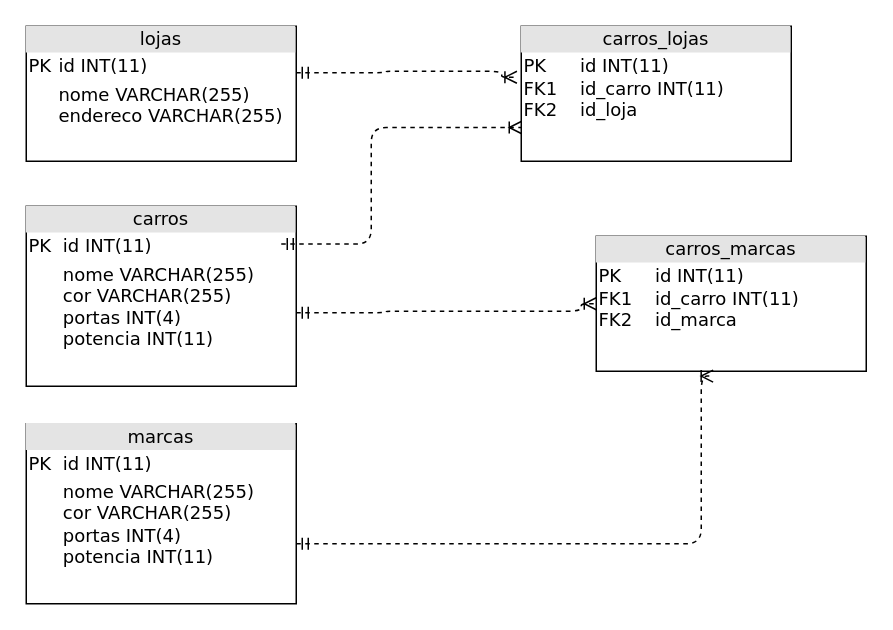
This is MODULO3/Concessionaria.drawio from MetzkerDeveloper/academia_indiana, a draw.io file, before an edit. Source tidied: cells renumbered, new cells numbered last; positions are measured from the earlier drawing's top-left corner, leaving out a move shared by most shapes. Both pictures are drawn from the tidied source at 150%, with x=0, y=0 at pixel (26, 26).
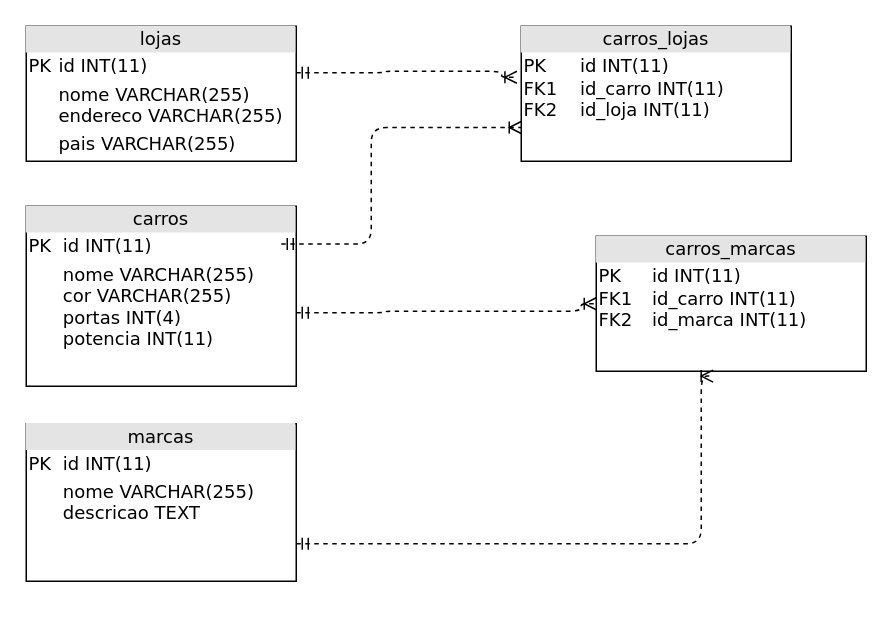
Above is the later version.

Change to the diagram source:
```diff
@@
 <mxGraphModel>
   <root>
     <mxCell id="0" />
     <mxCell id="1" parent="0" />
-    <mxCell id="2" value="&lt;div style=&quot;text-align: center; box-sizing: border-box; width: 100%; background: rgb(228, 228, 228); padding: 2px;&quot;&gt;lojas&lt;/div&gt;&lt;table style=&quot;width:100%;font-size:1em;&quot; cellpadding=&quot;2&quot; cellspacing=&quot;0&quot;&gt;&lt;tbody&gt;&lt;tr&gt;&lt;td&gt;PK&lt;/td&gt;&lt;td&gt;id INT(11)&lt;br&gt;&lt;/td&gt;&lt;/tr&gt;&lt;tr&gt;&lt;td&gt;&lt;br&gt;&lt;/td&gt;&lt;td&gt;nome VARCHAR(255)&lt;br&gt;endereco VARCHAR(255)&lt;/td&gt;&lt;/tr&gt;&lt;tr&gt;&lt;td&gt;&lt;/td&gt;&lt;td&gt;&lt;br&gt;&lt;/td&gt;&lt;/tr&gt;&lt;/tbody&gt;&lt;/table&gt;" style="verticalAlign=top;align=left;overflow=fill;html=1;rounded=0;shadow=0;comic=0;labelBackgroundColor=none;strokeWidth=1;fontFamily=Verdana;fontSize=12;" parent="1" vertex="1">
+    <mxCell id="2" value="&lt;div style=&quot;text-align: center; box-sizing: border-box; width: 100%; background: rgb(228, 228, 228); padding: 2px;&quot;&gt;lojas&lt;/div&gt;&lt;table style=&quot;width:100%;font-size:1em;&quot; cellpadding=&quot;2&quot; cellspacing=&quot;0&quot;&gt;&lt;tbody&gt;&lt;tr&gt;&lt;td&gt;PK&lt;/td&gt;&lt;td&gt;id INT(11)&lt;br&gt;&lt;/td&gt;&lt;/tr&gt;&lt;tr&gt;&lt;td&gt;&lt;br&gt;&lt;/td&gt;&lt;td&gt;nome VARCHAR(255)&lt;br&gt;endereco VARCHAR(255)&lt;/td&gt;&lt;/tr&gt;&lt;tr&gt;&lt;td&gt;&lt;/td&gt;&lt;td&gt;pais VARCHAR(255)&lt;/td&gt;&lt;/tr&gt;&lt;/tbody&gt;&lt;/table&gt;" style="verticalAlign=top;align=left;overflow=fill;html=1;rounded=0;shadow=0;comic=0;labelBackgroundColor=none;strokeWidth=1;fontFamily=Verdana;fontSize=12;" parent="1" vertex="1">
       <mxGeometry width="180" height="90" as="geometry" />
     </mxCell>
     <mxCell id="3" value="&lt;div style=&quot;text-align: center; box-sizing: border-box; width: 100%; background: rgb(228, 228, 228); padding: 2px;&quot;&gt;carros&lt;/div&gt;&lt;table style=&quot;width:100%;font-size:1em;&quot; cellpadding=&quot;2&quot; cellspacing=&quot;0&quot;&gt;&lt;tbody&gt;&lt;tr&gt;&lt;td&gt;PK&lt;/td&gt;&lt;td&gt;id INT(11)&lt;br&gt;&lt;/td&gt;&lt;/tr&gt;&lt;tr&gt;&lt;td&gt;&lt;br&gt;&lt;/td&gt;&lt;td&gt;nome VARCHAR(255)&lt;br&gt;cor VARCHAR(255)&lt;br&gt;portas INT(4)&lt;br&gt;potencia INT(11)&lt;br&gt;&lt;br&gt;&lt;br&gt;&lt;/td&gt;&lt;/tr&gt;&lt;tr&gt;&lt;td&gt;&lt;/td&gt;&lt;td&gt;&lt;br&gt;&lt;/td&gt;&lt;/tr&gt;&lt;/tbody&gt;&lt;/table&gt;" style="verticalAlign=top;align=left;overflow=fill;html=1;rounded=0;shadow=0;comic=0;labelBackgroundColor=none;strokeWidth=1;fontFamily=Verdana;fontSize=12;" parent="1" vertex="1">
       <mxGeometry y="120" width="180" height="120" as="geometry" />
     </mxCell>
-    <mxCell id="4" value="&lt;div style=&quot;text-align: center; box-sizing: border-box; width: 100%; background: rgb(228, 228, 228); padding: 2px;&quot;&gt;marcas&lt;/div&gt;&lt;table style=&quot;width:100%;font-size:1em;&quot; cellpadding=&quot;2&quot; cellspacing=&quot;0&quot;&gt;&lt;tbody&gt;&lt;tr&gt;&lt;td&gt;PK&lt;/td&gt;&lt;td&gt;id INT(11)&lt;br&gt;&lt;/td&gt;&lt;/tr&gt;&lt;tr&gt;&lt;td&gt;&lt;br&gt;&lt;/td&gt;&lt;td&gt;nome VARCHAR(255)&lt;br&gt;cor VARCHAR(255)&lt;br&gt;portas INT(4)&lt;br&gt;potencia INT(11)&lt;br&gt;&lt;br&gt;&lt;br&gt;&lt;/td&gt;&lt;/tr&gt;&lt;tr&gt;&lt;td&gt;&lt;/td&gt;&lt;td&gt;&lt;br&gt;&lt;/td&gt;&lt;/tr&gt;&lt;/tbody&gt;&lt;/table&gt;" style="verticalAlign=top;align=left;overflow=fill;html=1;rounded=0;shadow=0;comic=0;labelBackgroundColor=none;strokeWidth=1;fontFamily=Verdana;fontSize=12;" parent="1" vertex="1">
-      <mxGeometry y="265" width="180" height="120" as="geometry" />
+    <mxCell id="4" value="&lt;div style=&quot;text-align: center; box-sizing: border-box; width: 100%; background: rgb(228, 228, 228); padding: 2px;&quot;&gt;marcas&lt;/div&gt;&lt;table style=&quot;width:100%;font-size:1em;&quot; cellpadding=&quot;2&quot; cellspacing=&quot;0&quot;&gt;&lt;tbody&gt;&lt;tr&gt;&lt;td&gt;PK&lt;/td&gt;&lt;td&gt;id INT(11)&lt;br&gt;&lt;/td&gt;&lt;/tr&gt;&lt;tr&gt;&lt;td&gt;&lt;br&gt;&lt;/td&gt;&lt;td&gt;nome VARCHAR(255)&lt;br&gt;descricao TEXT&lt;br&gt;&lt;br&gt;&lt;br&gt;&lt;/td&gt;&lt;/tr&gt;&lt;tr&gt;&lt;td&gt;&lt;/td&gt;&lt;td&gt;&lt;br&gt;&lt;/td&gt;&lt;/tr&gt;&lt;/tbody&gt;&lt;/table&gt;" style="verticalAlign=top;align=left;overflow=fill;html=1;rounded=0;shadow=0;comic=0;labelBackgroundColor=none;strokeWidth=1;fontFamily=Verdana;fontSize=12;" parent="1" vertex="1">
+      <mxGeometry y="265" width="180" height="105" as="geometry" />
     </mxCell>
-    <mxCell id="5" value="&lt;div style=&quot;text-align: center; box-sizing: border-box; width: 100%; background: rgb(228, 228, 228); padding: 2px;&quot;&gt;carros_marcas&lt;/div&gt;&lt;table style=&quot;width: 100% ; font-size: 1em&quot; cellpadding=&quot;2&quot; cellspacing=&quot;0&quot;&gt;&lt;tbody&gt;&lt;tr&gt;&lt;td&gt;PK&lt;br&gt;FK1&lt;br&gt;FK2&lt;br&gt;&lt;/td&gt;&lt;td&gt;id INT(11)&lt;br&gt;id_carro INT(11)&lt;br&gt;id_marca&lt;/td&gt;&lt;/tr&gt;&lt;tr&gt;&lt;td&gt;&lt;br&gt;&lt;/td&gt;&lt;td&gt;&lt;br&gt;&lt;/td&gt;&lt;/tr&gt;&lt;tr&gt;&lt;td&gt;&lt;/td&gt;&lt;td&gt;&lt;br&gt;&lt;/td&gt;&lt;/tr&gt;&lt;tr&gt;&lt;td&gt;&lt;br&gt;&lt;/td&gt;&lt;td&gt;&lt;br&gt;&lt;/td&gt;&lt;/tr&gt;&lt;/tbody&gt;&lt;/table&gt;" style="verticalAlign=top;align=left;overflow=fill;html=1;rounded=0;shadow=0;comic=0;labelBackgroundColor=none;strokeWidth=1;fontFamily=Verdana;fontSize=12;" parent="1" vertex="1">
+    <mxCell id="5" value="&lt;div style=&quot;text-align: center; box-sizing: border-box; width: 100%; background: rgb(228, 228, 228); padding: 2px;&quot;&gt;carros_marcas&lt;/div&gt;&lt;table style=&quot;width: 100% ; font-size: 1em&quot; cellpadding=&quot;2&quot; cellspacing=&quot;0&quot;&gt;&lt;tbody&gt;&lt;tr&gt;&lt;td&gt;PK&lt;br&gt;FK1&lt;br&gt;FK2&lt;br&gt;&lt;/td&gt;&lt;td&gt;id INT(11)&lt;br&gt;id_carro INT(11)&lt;br&gt;id_marca INT(11)&lt;/td&gt;&lt;/tr&gt;&lt;tr&gt;&lt;td&gt;&lt;br&gt;&lt;/td&gt;&lt;td&gt;&lt;br&gt;&lt;/td&gt;&lt;/tr&gt;&lt;tr&gt;&lt;td&gt;&lt;/td&gt;&lt;td&gt;&lt;br&gt;&lt;/td&gt;&lt;/tr&gt;&lt;tr&gt;&lt;td&gt;&lt;br&gt;&lt;/td&gt;&lt;td&gt;&lt;br&gt;&lt;/td&gt;&lt;/tr&gt;&lt;/tbody&gt;&lt;/table&gt;" style="verticalAlign=top;align=left;overflow=fill;html=1;rounded=0;shadow=0;comic=0;labelBackgroundColor=none;strokeWidth=1;fontFamily=Verdana;fontSize=12;" parent="1" vertex="1">
       <mxGeometry x="380" y="140" width="180" height="90" as="geometry" />
     </mxCell>
     <mxCell id="6" style="edgeStyle=orthogonalEdgeStyle;html=1;dashed=1;labelBackgroundColor=none;startArrow=ERmandOne;endArrow=ERoneToMany;fontFamily=Verdana;fontSize=12;align=left;entryX=0.433;entryY=1.036;entryDx=0;entryDy=0;exitX=1;exitY=0.5;exitDx=0;exitDy=0;entryPerimeter=0;" parent="1" edge="1" target="5">
       <mxGeometry relative="1" as="geometry">
         <mxPoint x="180" y="345" as="sourcePoint" />
         <Array as="points">
           <mxPoint x="450" y="345" />
           <mxPoint x="450" y="233" />
         </Array>
       </mxGeometry>
     </mxCell>
-    <mxCell id="7" value="&lt;div style=&quot;text-align: center; box-sizing: border-box; width: 100%; background: rgb(228, 228, 228); padding: 2px;&quot;&gt;carros_lojas&lt;/div&gt;&lt;table style=&quot;width: 100% ; font-size: 1em&quot; cellpadding=&quot;2&quot; cellspacing=&quot;0&quot;&gt;&lt;tbody&gt;&lt;tr&gt;&lt;td&gt;PK&lt;br&gt;FK1&lt;br&gt;FK2&lt;br&gt;&lt;/td&gt;&lt;td&gt;id INT(11)&lt;br&gt;id_carro INT(11)&lt;br&gt;id_loja&lt;/td&gt;&lt;/tr&gt;&lt;tr&gt;&lt;td&gt;&lt;br&gt;&lt;/td&gt;&lt;td&gt;&lt;br&gt;&lt;/td&gt;&lt;/tr&gt;&lt;tr&gt;&lt;td&gt;&lt;/td&gt;&lt;td&gt;&lt;br&gt;&lt;/td&gt;&lt;/tr&gt;&lt;tr&gt;&lt;td&gt;&lt;br&gt;&lt;/td&gt;&lt;td&gt;&lt;br&gt;&lt;/td&gt;&lt;/tr&gt;&lt;/tbody&gt;&lt;/table&gt;" style="verticalAlign=top;align=left;overflow=fill;html=1;rounded=0;shadow=0;comic=0;labelBackgroundColor=none;strokeWidth=1;fontFamily=Verdana;fontSize=12;" parent="1" vertex="1">
+    <mxCell id="7" value="&lt;div style=&quot;text-align: center; box-sizing: border-box; width: 100%; background: rgb(228, 228, 228); padding: 2px;&quot;&gt;carros_lojas&lt;/div&gt;&lt;table style=&quot;width: 100% ; font-size: 1em&quot; cellpadding=&quot;2&quot; cellspacing=&quot;0&quot;&gt;&lt;tbody&gt;&lt;tr&gt;&lt;td&gt;PK&lt;br&gt;FK1&lt;br&gt;FK2&lt;br&gt;&lt;/td&gt;&lt;td&gt;id INT(11)&lt;br&gt;id_carro INT(11)&lt;br&gt;id_loja INT(11)&lt;/td&gt;&lt;/tr&gt;&lt;tr&gt;&lt;td&gt;&lt;br&gt;&lt;/td&gt;&lt;td&gt;&lt;br&gt;&lt;/td&gt;&lt;/tr&gt;&lt;tr&gt;&lt;td&gt;&lt;/td&gt;&lt;td&gt;&lt;br&gt;&lt;/td&gt;&lt;/tr&gt;&lt;tr&gt;&lt;td&gt;&lt;br&gt;&lt;/td&gt;&lt;td&gt;&lt;br&gt;&lt;/td&gt;&lt;/tr&gt;&lt;/tbody&gt;&lt;/table&gt;" style="verticalAlign=top;align=left;overflow=fill;html=1;rounded=0;shadow=0;comic=0;labelBackgroundColor=none;strokeWidth=1;fontFamily=Verdana;fontSize=12;" parent="1" vertex="1">
       <mxGeometry x="330" width="180" height="90" as="geometry" />
     </mxCell>
     <mxCell id="8" style="edgeStyle=orthogonalEdgeStyle;html=1;dashed=1;labelBackgroundColor=none;startArrow=ERmandOne;endArrow=ERoneToMany;fontFamily=Verdana;fontSize=12;align=left;exitX=1;exitY=0.5;exitDx=0;exitDy=0;entryX=0;entryY=0.75;entryDx=0;entryDy=0;" parent="1" edge="1" target="7">
       <mxGeometry relative="1" as="geometry">
         <mxPoint x="170" y="145.2" as="sourcePoint" />
         <Array as="points">
           <mxPoint x="230" y="145" />
           <mxPoint x="230" y="68" />
         </Array>
       </mxGeometry>
     </mxCell>
     <mxCell id="9" style="edgeStyle=orthogonalEdgeStyle;html=1;dashed=1;labelBackgroundColor=none;startArrow=ERmandOne;endArrow=ERoneToMany;fontFamily=Verdana;fontSize=12;align=left;exitX=1;exitY=0.5;exitDx=0;exitDy=0;entryX=-0.016;entryY=0.378;entryDx=0;entryDy=0;entryPerimeter=0;" parent="1" edge="1" target="7">
       <mxGeometry relative="1" as="geometry">
         <mxPoint x="180" y="31" as="sourcePoint" />
         <Array as="points">
           <mxPoint x="240" y="31" />
           <mxPoint x="240" y="30" />
           <mxPoint x="317" y="30" />
         </Array>
       </mxGeometry>
     </mxCell>
     <mxCell id="10" style="edgeStyle=orthogonalEdgeStyle;html=1;dashed=1;labelBackgroundColor=none;startArrow=ERmandOne;endArrow=ERoneToMany;fontFamily=Verdana;fontSize=12;align=left;exitX=1;exitY=0.5;exitDx=0;exitDy=0;entryX=0;entryY=0.5;entryDx=0;entryDy=0;" parent="1" edge="1" target="5">
       <mxGeometry relative="1" as="geometry">
         <mxPoint x="180" y="191" as="sourcePoint" />
         <Array as="points">
           <mxPoint x="240" y="191" />
           <mxPoint x="240" y="190" />
           <mxPoint x="370" y="190" />
         </Array>
       </mxGeometry>
     </mxCell>
   </root>
 </mxGraphModel>
```
